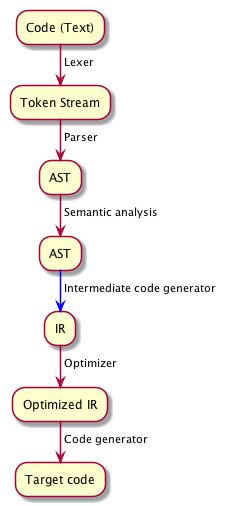
This is ast_transforms/images/compiler_structure.png from luc-tielen/talks, a PlantUML export, as it was before one commit. Its diagram source:
```plantuml
@startuml

:Code (Text);
-> Lexer;
:Token Stream;
-> Parser;
:AST;
-> Semantic analysis;
:AST;
-[#blue]-> Intermediate code generator;
:IR;
-> Optimizer;
:Optimized IR;
-> Code generator;
:Target code;

@enduml
```
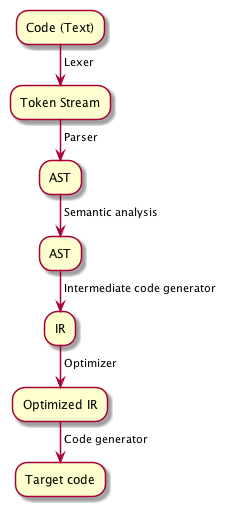
The same diagram one commit later.

What changed in the source:
```diff
@@ -7,7 +7,7 @@
 :AST;
 -> Semantic analysis;
 :AST;
--[#blue]-> Intermediate code generator;
+-> Intermediate code generator;
 :IR;
 -> Optimizer;
 :Optimized IR;
```
